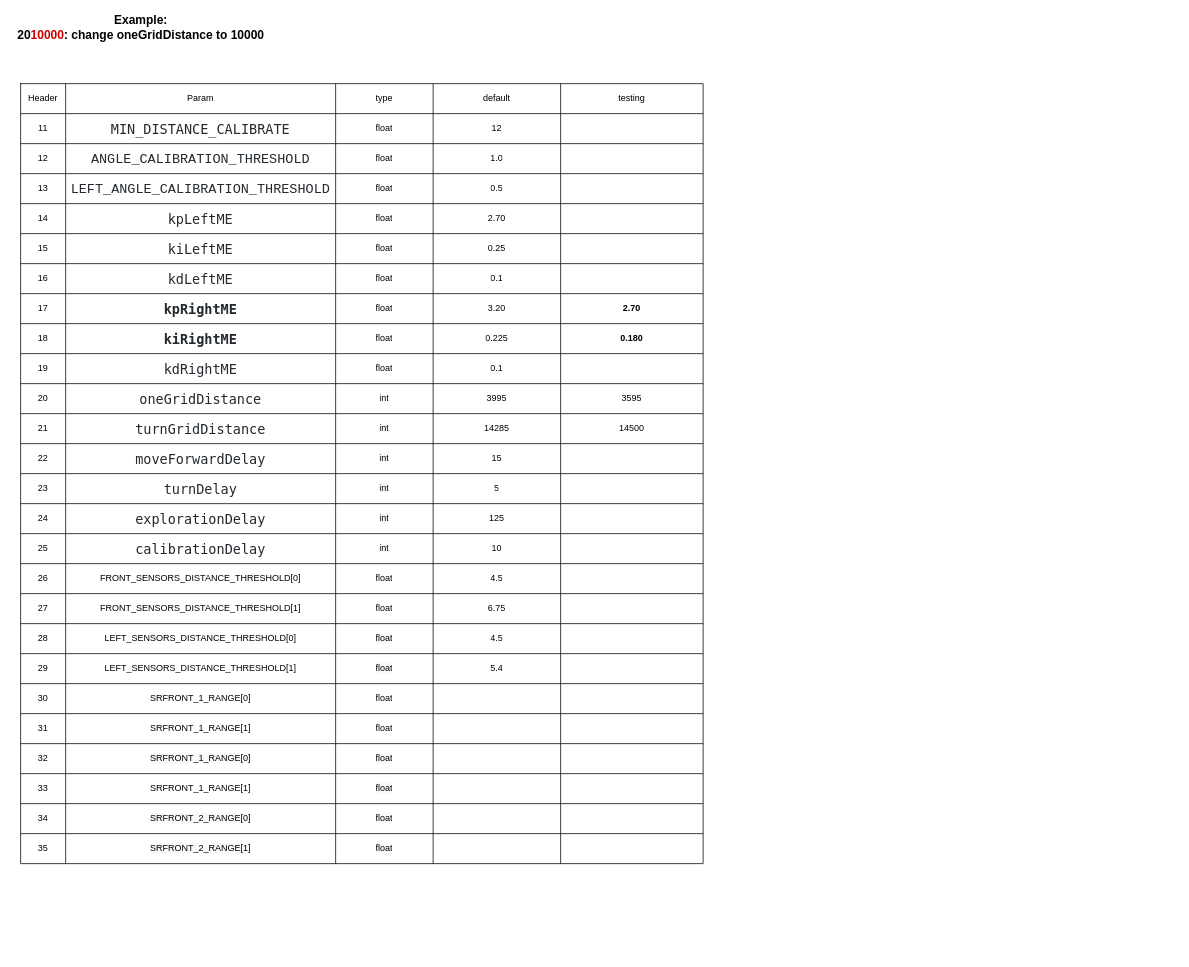
Before: doc/Testing_Headers.drawio in yewhengg/CZ3004-MDP-Arduino, a draw.io diagram. Source tidied: cells renumbered, new cells numbered last; positions are measured from the earlier drawing's top-left corner, leaving out a move shared by most shapes. Both pictures are drawn from the tidied source at 75%, with x=0, y=0 at pixel (13, 16).
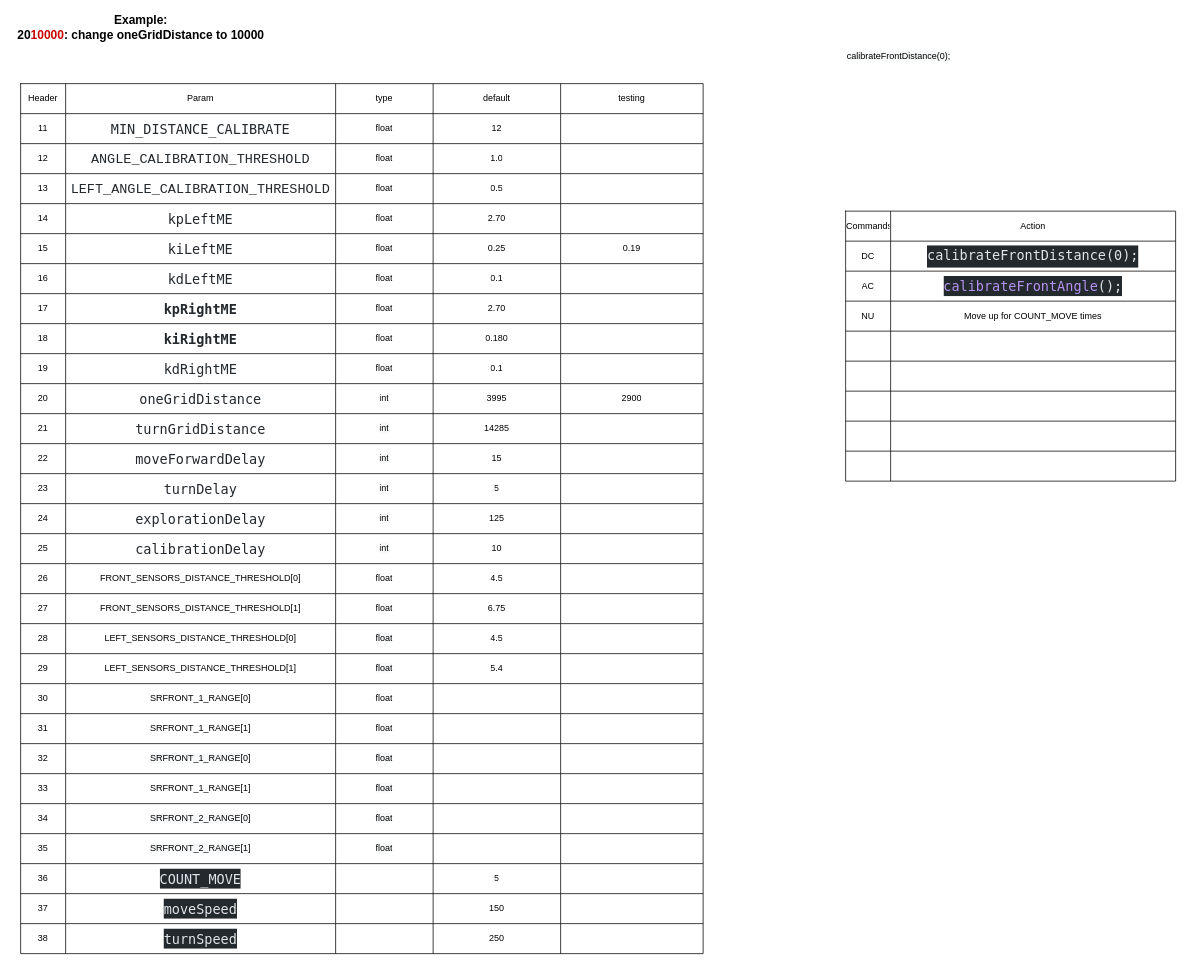
Above is the later version.

The change refers to these unchanged cells:
```xml
<mxCell id="33" style="shape=partialRectangle;html=1;whiteSpace=wrap;fillColor=none;top=0;left=0;bottom=0;right=0;" parent="2" vertex="1">
  <mxGeometry y="200" width="910" height="40" as="geometry" />
</mxCell>
<mxCell id="45" style="shape=partialRectangle;html=1;whiteSpace=wrap;fillColor=none;top=0;left=0;bottom=0;right=0;" parent="2" vertex="1">
  <mxGeometry y="280" width="910" height="40" as="geometry" />
</mxCell>
<mxCell id="51" style="shape=partialRectangle;html=1;whiteSpace=wrap;fillColor=none;top=0;left=0;bottom=0;right=0;" parent="2" vertex="1">
  <mxGeometry y="320" width="910" height="40" as="geometry" />
</mxCell>
<mxCell id="63" style="shape=partialRectangle;html=1;whiteSpace=wrap;fillColor=none;top=0;left=0;bottom=0;right=0;" parent="2" vertex="1">
  <mxGeometry y="400" width="910" height="40" as="geometry" />
</mxCell>
<mxCell id="69" style="shape=partialRectangle;html=1;whiteSpace=wrap;fillColor=none;top=0;left=0;bottom=0;right=0;" parent="2" vertex="1">
  <mxGeometry y="440" width="910" height="40" as="geometry" />
</mxCell>
```

Diff of the diagram source:
```diff
@@
     <mxCell id="2" style="shape=table;html=1;whiteSpace=wrap;startSize=0;childLayout=tableLayout;" parent="1" vertex="1">
-      <mxGeometry x="10" y="90" width="910" height="1040" as="geometry" />
+      <mxGeometry x="10" y="90" width="910" height="1160" as="geometry" />
     </mxCell>
@@
-    <mxCell id="38" style="shape=partialRectangle;html=1;whiteSpace=wrap;overflow=hidden;fillColor=none;top=0;left=0;bottom=0;right=0;" parent="33" vertex="1">
+    <mxCell id="38" value="0.19" style="shape=partialRectangle;html=1;whiteSpace=wrap;overflow=hidden;fillColor=none;top=0;left=0;bottom=0;right=0;" parent="33" vertex="1">
       <mxGeometry x="720" width="190" height="40" as="geometry" />
     </mxCell>
@@
-    <mxCell id="49" value="3.20" style="shape=partialRectangle;html=1;whiteSpace=wrap;overflow=hidden;fillColor=none;top=0;left=0;bottom=0;right=0;" parent="45" vertex="1">
+    <mxCell id="49" value="2.70" style="shape=partialRectangle;html=1;whiteSpace=wrap;overflow=hidden;fillColor=none;top=0;left=0;bottom=0;right=0;" parent="45" vertex="1">
       <mxGeometry x="550" width="170" height="40" as="geometry" />
     </mxCell>
-    <mxCell id="50" value="&lt;b&gt;2.70&lt;/b&gt;" style="shape=partialRectangle;html=1;whiteSpace=wrap;overflow=hidden;fillColor=none;top=0;left=0;bottom=0;right=0;" parent="45" vertex="1">
+    <mxCell id="50" style="shape=partialRectangle;html=1;whiteSpace=wrap;overflow=hidden;fillColor=none;top=0;left=0;bottom=0;right=0;" parent="45" vertex="1">
       <mxGeometry x="720" width="190" height="40" as="geometry" />
     </mxCell>
@@
-    <mxCell id="55" value="0.225" style="shape=partialRectangle;html=1;whiteSpace=wrap;overflow=hidden;fillColor=none;top=0;left=0;bottom=0;right=0;" parent="51" vertex="1">
+    <mxCell id="55" value="0.180" style="shape=partialRectangle;html=1;whiteSpace=wrap;overflow=hidden;fillColor=none;top=0;left=0;bottom=0;right=0;" parent="51" vertex="1">
       <mxGeometry x="550" width="170" height="40" as="geometry" />
     </mxCell>
-    <mxCell id="56" value="&lt;b&gt;0.180&lt;/b&gt;" style="shape=partialRectangle;html=1;whiteSpace=wrap;overflow=hidden;fillColor=none;top=0;left=0;bottom=0;right=0;" parent="51" vertex="1">
+    <mxCell id="56" style="shape=partialRectangle;html=1;whiteSpace=wrap;overflow=hidden;fillColor=none;top=0;left=0;bottom=0;right=0;" parent="51" vertex="1">
       <mxGeometry x="720" width="190" height="40" as="geometry" />
     </mxCell>
@@
-    <mxCell id="68" value="3595" style="shape=partialRectangle;html=1;whiteSpace=wrap;overflow=hidden;fillColor=none;top=0;left=0;bottom=0;right=0;" parent="63" vertex="1">
+    <mxCell id="68" value="2900" style="shape=partialRectangle;html=1;whiteSpace=wrap;overflow=hidden;fillColor=none;top=0;left=0;bottom=0;right=0;" parent="63" vertex="1">
       <mxGeometry x="720" width="190" height="40" as="geometry" />
     </mxCell>
@@
-    <mxCell id="74" value="14500" style="shape=partialRectangle;html=1;whiteSpace=wrap;overflow=hidden;fillColor=none;top=0;left=0;bottom=0;right=0;" parent="69" vertex="1">
+    <mxCell id="74" style="shape=partialRectangle;html=1;whiteSpace=wrap;overflow=hidden;fillColor=none;top=0;left=0;bottom=0;right=0;" parent="69" vertex="1">
       <mxGeometry x="720" width="190" height="40" as="geometry" />
     </mxCell>
@@
+    <mxCell id="160" style="shape=partialRectangle;html=1;whiteSpace=wrap;fillColor=none;top=0;left=0;bottom=0;right=0;" parent="2" vertex="1">
+      <mxGeometry y="1040" width="910" height="40" as="geometry" />
+    </mxCell>
+    <mxCell id="161" value="36" style="shape=partialRectangle;html=1;whiteSpace=wrap;overflow=hidden;fillColor=none;top=0;left=0;bottom=0;right=0;" parent="160" vertex="1">
+      <mxGeometry width="60" height="40" as="geometry" />
+    </mxCell>
+    <mxCell id="162" value="&lt;div style=&quot;color: rgb(225 , 228 , 232) ; background-color: rgb(36 , 41 , 46) ; font-family: &amp;#34;menlo&amp;#34; , &amp;#34;monaco&amp;#34; , &amp;#34;courier new&amp;#34; , monospace ; font-size: 18px ; line-height: 27px&quot;&gt;COUNT_MOVE&lt;/div&gt;" style="shape=partialRectangle;html=1;whiteSpace=wrap;overflow=hidden;fillColor=none;top=0;left=0;bottom=0;right=0;" parent="160" vertex="1">
+      <mxGeometry x="60" width="360" height="40" as="geometry" />
+    </mxCell>
+    <mxCell id="163" style="shape=partialRectangle;html=1;whiteSpace=wrap;overflow=hidden;fillColor=none;top=0;left=0;bottom=0;right=0;" parent="160" vertex="1">
+      <mxGeometry x="420" width="130" height="40" as="geometry" />
+    </mxCell>
+    <mxCell id="164" value="5" style="shape=partialRectangle;html=1;whiteSpace=wrap;overflow=hidden;fillColor=none;top=0;left=0;bottom=0;right=0;" parent="160" vertex="1">
+      <mxGeometry x="550" width="170" height="40" as="geometry" />
+    </mxCell>
+    <mxCell id="165" style="shape=partialRectangle;html=1;whiteSpace=wrap;overflow=hidden;fillColor=none;top=0;left=0;bottom=0;right=0;" parent="160" vertex="1">
+      <mxGeometry x="720" width="190" height="40" as="geometry" />
+    </mxCell>
+    <mxCell id="166" style="shape=partialRectangle;html=1;whiteSpace=wrap;fillColor=none;top=0;left=0;bottom=0;right=0;" parent="2" vertex="1">
+      <mxGeometry y="1080" width="910" height="40" as="geometry" />
+    </mxCell>
+    <mxCell id="167" value="37" style="shape=partialRectangle;html=1;whiteSpace=wrap;overflow=hidden;fillColor=none;top=0;left=0;bottom=0;right=0;" parent="166" vertex="1">
+      <mxGeometry width="60" height="40" as="geometry" />
+    </mxCell>
+    <mxCell id="168" value="&lt;div style=&quot;color: rgb(225, 228, 232); background-color: rgb(36, 41, 46); font-family: menlo, monaco, &amp;quot;courier new&amp;quot;, monospace; font-weight: normal; font-size: 18px; line-height: 27px;&quot;&gt;&lt;div&gt;&lt;span style=&quot;color: #e1e4e8&quot;&gt;moveSpeed&lt;/span&gt;&lt;/div&gt;&lt;/div&gt;" style="shape=partialRectangle;html=1;whiteSpace=wrap;overflow=hidden;fillColor=none;top=0;left=0;bottom=0;right=0;" parent="166" vertex="1">
+      <mxGeometry x="60" width="360" height="40" as="geometry" />
+    </mxCell>
+    <mxCell id="169" style="shape=partialRectangle;html=1;whiteSpace=wrap;overflow=hidden;fillColor=none;top=0;left=0;bottom=0;right=0;" parent="166" vertex="1">
+      <mxGeometry x="420" width="130" height="40" as="geometry" />
+    </mxCell>
+    <mxCell id="170" value="150" style="shape=partialRectangle;html=1;whiteSpace=wrap;overflow=hidden;fillColor=none;top=0;left=0;bottom=0;right=0;" parent="166" vertex="1">
+      <mxGeometry x="550" width="170" height="40" as="geometry" />
+    </mxCell>
+    <mxCell id="171" style="shape=partialRectangle;html=1;whiteSpace=wrap;overflow=hidden;fillColor=none;top=0;left=0;bottom=0;right=0;" parent="166" vertex="1">
+      <mxGeometry x="720" width="190" height="40" as="geometry" />
+    </mxCell>
+    <mxCell id="172" style="shape=partialRectangle;html=1;whiteSpace=wrap;fillColor=none;top=0;left=0;bottom=0;right=0;" parent="2" vertex="1">
+      <mxGeometry y="1120" width="910" height="40" as="geometry" />
+    </mxCell>
+    <mxCell id="173" value="38" style="shape=partialRectangle;html=1;whiteSpace=wrap;overflow=hidden;fillColor=none;top=0;left=0;bottom=0;right=0;" parent="172" vertex="1">
+      <mxGeometry width="60" height="40" as="geometry" />
+    </mxCell>
+    <mxCell id="174" value="&lt;div style=&quot;color: rgb(225 , 228 , 232) ; background-color: rgb(36 , 41 , 46) ; font-family: &amp;#34;menlo&amp;#34; , &amp;#34;monaco&amp;#34; , &amp;#34;courier new&amp;#34; , monospace ; font-size: 18px ; line-height: 27px&quot;&gt;turnSpeed&lt;/div&gt;" style="shape=partialRectangle;html=1;whiteSpace=wrap;overflow=hidden;fillColor=none;top=0;left=0;bottom=0;right=0;" parent="172" vertex="1">
+      <mxGeometry x="60" width="360" height="40" as="geometry" />
+    </mxCell>
+    <mxCell id="175" style="shape=partialRectangle;html=1;whiteSpace=wrap;overflow=hidden;fillColor=none;top=0;left=0;bottom=0;right=0;" parent="172" vertex="1">
+      <mxGeometry x="420" width="130" height="40" as="geometry" />
+    </mxCell>
+    <mxCell id="176" value="250" style="shape=partialRectangle;html=1;whiteSpace=wrap;overflow=hidden;fillColor=none;top=0;left=0;bottom=0;right=0;" parent="172" vertex="1">
+      <mxGeometry x="550" width="170" height="40" as="geometry" />
+    </mxCell>
+    <mxCell id="177" style="shape=partialRectangle;html=1;whiteSpace=wrap;overflow=hidden;fillColor=none;top=0;left=0;bottom=0;right=0;" parent="172" vertex="1">
+      <mxGeometry x="720" width="190" height="40" as="geometry" />
+    </mxCell>
@@
+    <mxCell id="178" style="shape=table;html=1;whiteSpace=wrap;startSize=0;childLayout=tableLayout;" parent="1" vertex="1">
+      <mxGeometry x="1110" y="260" width="440" height="360" as="geometry" />
+    </mxCell>
+    <mxCell id="179" style="shape=partialRectangle;html=1;whiteSpace=wrap;fillColor=none;top=0;left=0;bottom=0;right=0;" parent="178" vertex="1">
+      <mxGeometry width="440" height="40" as="geometry" />
+    </mxCell>
+    <mxCell id="180" value="Commands" style="shape=partialRectangle;html=1;whiteSpace=wrap;overflow=hidden;fillColor=none;top=0;left=0;bottom=0;right=0;" parent="179" vertex="1">
+      <mxGeometry width="60" height="40" as="geometry" />
+    </mxCell>
+    <mxCell id="181" value="Action" style="shape=partialRectangle;html=1;whiteSpace=wrap;overflow=hidden;fillColor=none;top=0;left=0;bottom=0;right=0;" parent="179" vertex="1">
+      <mxGeometry x="60" width="380" height="40" as="geometry" />
+    </mxCell>
+    <mxCell id="182" style="shape=partialRectangle;html=1;whiteSpace=wrap;fillColor=none;top=0;left=0;bottom=0;right=0;" parent="178" vertex="1">
+      <mxGeometry y="40" width="440" height="40" as="geometry" />
+    </mxCell>
+    <mxCell id="183" value="DC" style="shape=partialRectangle;html=1;whiteSpace=wrap;overflow=hidden;fillColor=none;top=0;left=0;bottom=0;right=0;" parent="182" vertex="1">
+      <mxGeometry width="60" height="40" as="geometry" />
+    </mxCell>
+    <mxCell id="184" value="&lt;div style=&quot;background-color: rgb(36 , 41 , 46) ; line-height: 27px&quot;&gt;&lt;div style=&quot;line-height: 27px&quot;&gt;&lt;font color=&quot;#e1e4e8&quot; face=&quot;menlo, monaco, courier new, monospace&quot;&gt;&lt;span style=&quot;font-size: 18px&quot;&gt;calibrateFrontDistance(0);&lt;/span&gt;&lt;/font&gt;&lt;br&gt;&lt;/div&gt;&lt;/div&gt;" style="shape=partialRectangle;html=1;whiteSpace=wrap;overflow=hidden;fillColor=none;top=0;left=0;bottom=0;right=0;" parent="182" vertex="1">
+      <mxGeometry x="60" width="380" height="40" as="geometry" />
+    </mxCell>
+    <mxCell id="185" style="shape=partialRectangle;html=1;whiteSpace=wrap;fillColor=none;top=0;left=0;bottom=0;right=0;" parent="178" vertex="1">
+      <mxGeometry y="80" width="440" height="40" as="geometry" />
+    </mxCell>
+    <mxCell id="186" value="AC" style="shape=partialRectangle;html=1;whiteSpace=wrap;overflow=hidden;fillColor=none;top=0;left=0;bottom=0;right=0;" parent="185" vertex="1">
+      <mxGeometry width="60" height="40" as="geometry" />
+    </mxCell>
+    <mxCell id="187" value="&lt;div style=&quot;color: rgb(225, 228, 232); background-color: rgb(36, 41, 46); font-family: menlo, monaco, &amp;quot;courier new&amp;quot;, monospace; font-weight: normal; font-size: 18px; line-height: 27px;&quot;&gt;&lt;div&gt;&lt;span style=&quot;color: #b392f0&quot;&gt;calibrateFrontAngle&lt;/span&gt;&lt;span style=&quot;color: #e1e4e8&quot;&gt;();&lt;/span&gt;&lt;/div&gt;&lt;/div&gt;" style="shape=partialRectangle;html=1;whiteSpace=wrap;overflow=hidden;fillColor=none;top=0;left=0;bottom=0;right=0;" parent="185" vertex="1">
+      <mxGeometry x="60" width="380" height="40" as="geometry" />
+    </mxCell>
+    <mxCell id="188" style="shape=partialRectangle;html=1;whiteSpace=wrap;fillColor=none;top=0;left=0;bottom=0;right=0;" parent="178" vertex="1">
+      <mxGeometry y="120" width="440" height="40" as="geometry" />
+    </mxCell>
+    <mxCell id="189" value="NU" style="shape=partialRectangle;html=1;whiteSpace=wrap;overflow=hidden;fillColor=none;top=0;left=0;bottom=0;right=0;" parent="188" vertex="1">
+      <mxGeometry width="60" height="40" as="geometry" />
+    </mxCell>
+    <mxCell id="190" value="Move up for COUNT_MOVE times" style="shape=partialRectangle;html=1;whiteSpace=wrap;overflow=hidden;fillColor=none;top=0;left=0;bottom=0;right=0;" parent="188" vertex="1">
+      <mxGeometry x="60" width="380" height="40" as="geometry" />
+    </mxCell>
+    <mxCell id="191" style="shape=partialRectangle;html=1;whiteSpace=wrap;fillColor=none;top=0;left=0;bottom=0;right=0;" parent="178" vertex="1">
+      <mxGeometry y="160" width="440" height="40" as="geometry" />
+    </mxCell>
+    <mxCell id="192" style="shape=partialRectangle;html=1;whiteSpace=wrap;overflow=hidden;fillColor=none;top=0;left=0;bottom=0;right=0;" parent="191" vertex="1">
+      <mxGeometry width="60" height="40" as="geometry" />
+    </mxCell>
+    <mxCell id="193" style="shape=partialRectangle;html=1;whiteSpace=wrap;overflow=hidden;fillColor=none;top=0;left=0;bottom=0;right=0;" parent="191" vertex="1">
+      <mxGeometry x="60" width="380" height="40" as="geometry" />
+    </mxCell>
+    <mxCell id="194" style="shape=partialRectangle;html=1;whiteSpace=wrap;fillColor=none;top=0;left=0;bottom=0;right=0;" parent="178" vertex="1">
+      <mxGeometry y="200" width="440" height="40" as="geometry" />
+    </mxCell>
+    <mxCell id="195" style="shape=partialRectangle;html=1;whiteSpace=wrap;overflow=hidden;fillColor=none;top=0;left=0;bottom=0;right=0;" parent="194" vertex="1">
+      <mxGeometry width="60" height="40" as="geometry" />
+    </mxCell>
+    <mxCell id="196" style="shape=partialRectangle;html=1;whiteSpace=wrap;overflow=hidden;fillColor=none;top=0;left=0;bottom=0;right=0;" parent="194" vertex="1">
+      <mxGeometry x="60" width="380" height="40" as="geometry" />
+    </mxCell>
+    <mxCell id="197" style="shape=partialRectangle;html=1;whiteSpace=wrap;fillColor=none;top=0;left=0;bottom=0;right=0;" parent="178" vertex="1">
+      <mxGeometry y="240" width="440" height="40" as="geometry" />
+    </mxCell>
+    <mxCell id="198" style="shape=partialRectangle;html=1;whiteSpace=wrap;overflow=hidden;fillColor=none;top=0;left=0;bottom=0;right=0;" parent="197" vertex="1">
+      <mxGeometry width="60" height="40" as="geometry" />
+    </mxCell>
+    <mxCell id="199" style="shape=partialRectangle;html=1;whiteSpace=wrap;overflow=hidden;fillColor=none;top=0;left=0;bottom=0;right=0;" parent="197" vertex="1">
+      <mxGeometry x="60" width="380" height="40" as="geometry" />
+    </mxCell>
+    <mxCell id="200" style="shape=partialRectangle;html=1;whiteSpace=wrap;fillColor=none;top=0;left=0;bottom=0;right=0;" parent="178" vertex="1">
+      <mxGeometry y="280" width="440" height="40" as="geometry" />
+    </mxCell>
+    <mxCell id="201" style="shape=partialRectangle;html=1;whiteSpace=wrap;overflow=hidden;fillColor=none;top=0;left=0;bottom=0;right=0;" parent="200" vertex="1">
+      <mxGeometry width="60" height="40" as="geometry" />
+    </mxCell>
+    <mxCell id="202" style="shape=partialRectangle;html=1;whiteSpace=wrap;overflow=hidden;fillColor=none;top=0;left=0;bottom=0;right=0;" parent="200" vertex="1">
+      <mxGeometry x="60" width="380" height="40" as="geometry" />
+    </mxCell>
+    <mxCell id="203" style="shape=partialRectangle;html=1;whiteSpace=wrap;fillColor=none;top=0;left=0;bottom=0;right=0;" parent="178" vertex="1">
+      <mxGeometry y="320" width="440" height="40" as="geometry" />
+    </mxCell>
+    <mxCell id="204" style="shape=partialRectangle;html=1;whiteSpace=wrap;overflow=hidden;fillColor=none;top=0;left=0;bottom=0;right=0;" parent="203" vertex="1">
+      <mxGeometry width="60" height="40" as="geometry" />
+    </mxCell>
+    <mxCell id="205" style="shape=partialRectangle;html=1;whiteSpace=wrap;overflow=hidden;fillColor=none;top=0;left=0;bottom=0;right=0;" parent="203" vertex="1">
+      <mxGeometry x="60" width="380" height="40" as="geometry" />
+    </mxCell>
+    <mxCell id="206" value="&lt;span style=&quot;color: rgb(0, 0, 0); font-family: helvetica; font-size: 12px; font-style: normal; font-weight: 400; letter-spacing: normal; text-align: left; text-indent: 0px; text-transform: none; word-spacing: 0px; background-color: rgb(248, 249, 250); display: inline; float: none;&quot;&gt;calibrateFrontDistance(0);&lt;/span&gt;" style="text;whiteSpace=wrap;html=1;" parent="1" vertex="1">
+      <mxGeometry x="1110" y="40" width="160" height="50" as="geometry" />
+    </mxCell>
```
